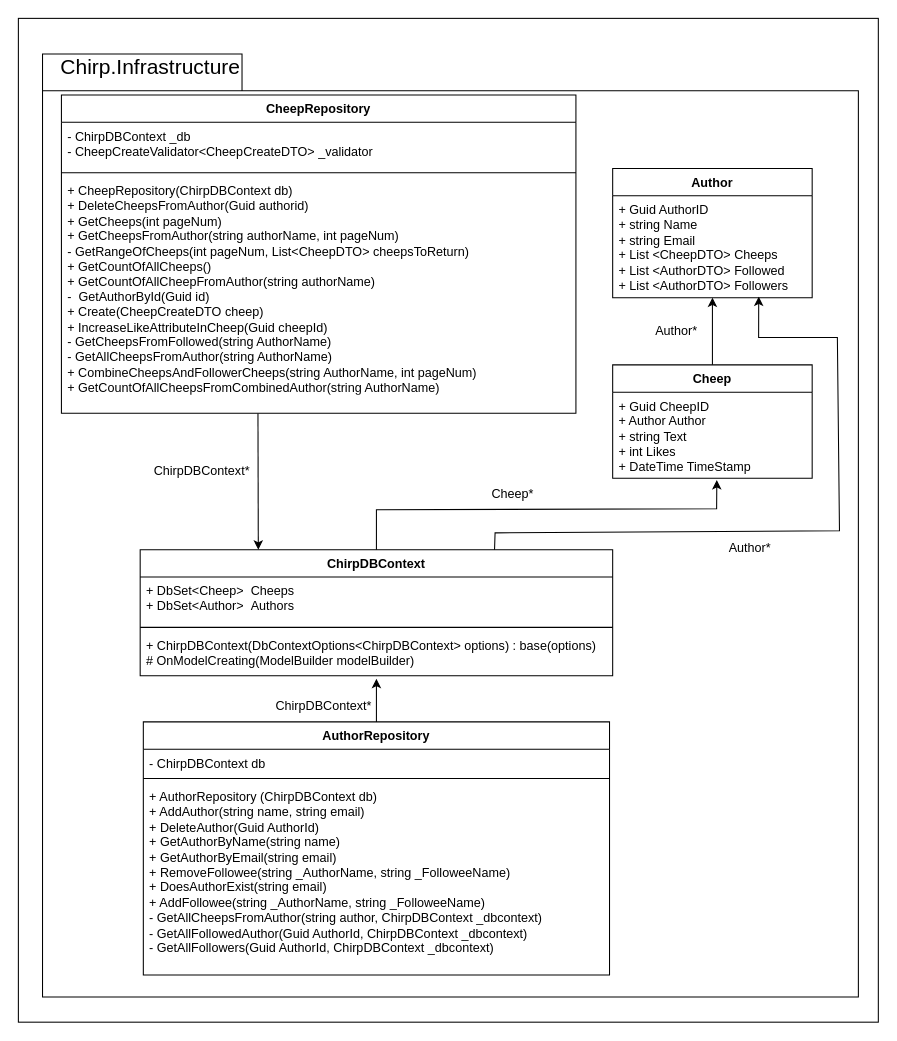
This is Docs/Images/PackagesUMLClassDiagrams/PackageInfrastructureUMLDiagram.drawio from ITU-BDSA23-GROUP4/Chirp, a draw.io file, before an edit. Source tidied: cells renumbered, new cells numbered last; positions are measured from the earlier drawing's top-left corner, leaving out a move shared by most shapes. Both pictures are drawn from the tidied source at 105%, with x=0, y=0 at pixel (18, 18).
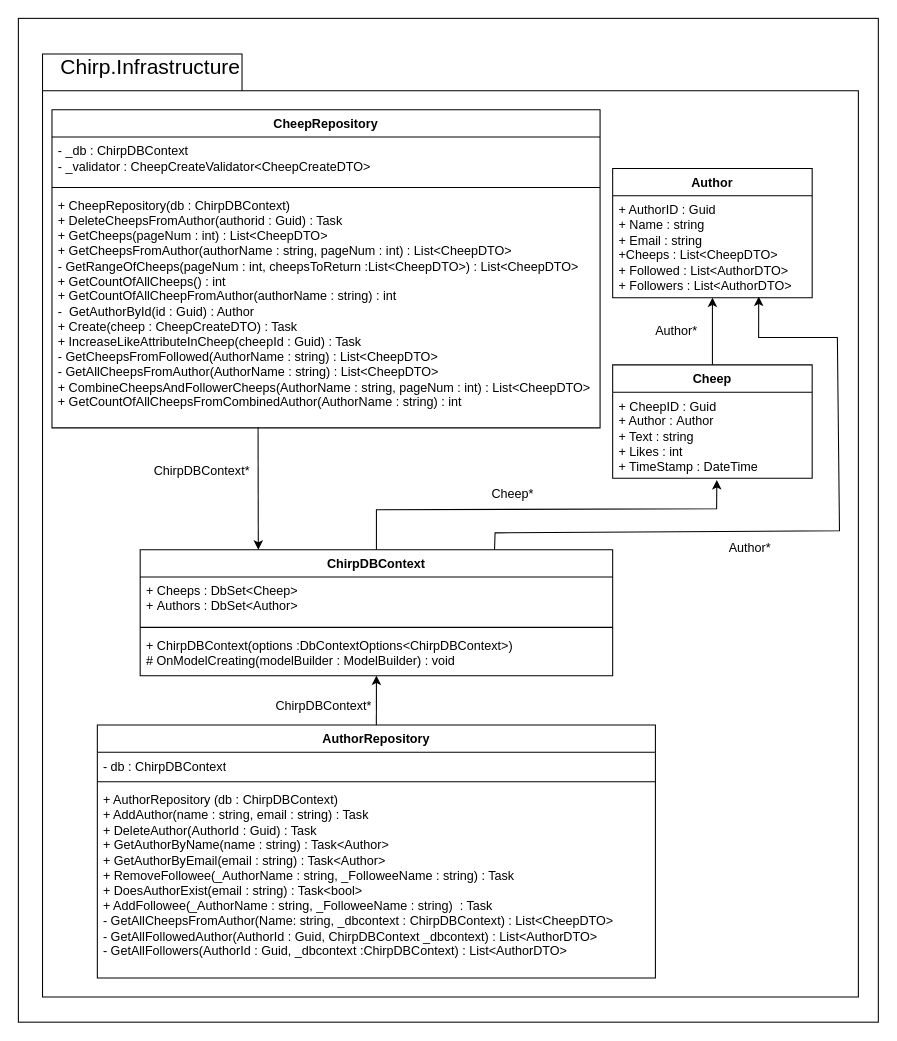
After the change.

Commit message (it also covers changes not shown here):
Corrected notion in Chirp.Infrastructure UML diagram

The change refers to these unchanged cells:
```xml
<mxCell id="4" value="&lt;font color=&quot;#000000&quot;&gt;Author&lt;/font&gt;" style="swimlane;fontStyle=1;align=center;verticalAlign=top;horizontal=1;startSize=26;whiteSpace=wrap;html=1;fillColor=none;strokeColor=#000000;" parent="1" vertex="1">
  <mxGeometry x="566" y="143" width="190" height="123" as="geometry" />
</mxCell>
<mxCell id="7" value="&lt;font color=&quot;#000000&quot;&gt;Cheep&lt;/font&gt;" style="swimlane;fontStyle=1;align=center;verticalAlign=top;horizontal=1;startSize=26;whiteSpace=wrap;html=1;fillColor=none;strokeColor=#000000;" parent="1" vertex="1">
  <mxGeometry x="566" y="330" width="190" height="108" as="geometry" />
</mxCell>
<mxCell id="21" value="&lt;font color=&quot;#000000&quot;&gt;ChirpDBContext&lt;/font&gt;" style="swimlane;fontStyle=1;align=center;verticalAlign=top;horizontal=1;startSize=26;whiteSpace=wrap;html=1;strokeColor=#000000;fillColor=none;" parent="1" vertex="1">
  <mxGeometry x="116" y="506" width="450" height="120" as="geometry" />
</mxCell>
```

Diff of the diagram source:
```diff
@@
-    <mxCell id="5" value="&lt;font color=&quot;#000000&quot;&gt;+ Guid AuthorID&lt;br style=&quot;border-color: var(--border-color);&quot;&gt;+ string Name&lt;br style=&quot;border-color: var(--border-color);&quot;&gt;+ string Email&lt;br style=&quot;border-color: var(--border-color);&quot;&gt;+ List &amp;lt;CheepDTO&amp;gt; Cheeps&lt;br&gt;+ List &amp;lt;AuthorDTO&amp;gt; Followed&lt;br&gt;+ List &amp;lt;AuthorDTO&amp;gt; Followers&lt;br&gt;&lt;/font&gt;" style="text;strokeColor=none;fillColor=none;align=left;verticalAlign=top;spacingLeft=4;spacingRight=4;overflow=hidden;points=[[0,0.5],[1,0.5]];portConstraint=eastwest;whiteSpace=wrap;html=1;" parent="4" vertex="1">
+    <mxCell id="5" value="&lt;font color=&quot;#000000&quot;&gt;+ AuthorID : Guid&lt;br style=&quot;border-color: var(--border-color);&quot;&gt;+ Name : string&lt;br style=&quot;border-color: var(--border-color);&quot;&gt;+ Email : string&lt;br style=&quot;border-color: var(--border-color);&quot;&gt;+&lt;/font&gt;&lt;span style=&quot;color: rgb(0, 0, 0);&quot;&gt;Cheeps :&amp;nbsp;&lt;/span&gt;&lt;font color=&quot;#000000&quot;&gt;List&amp;lt;CheepDTO&amp;gt;&lt;br&gt;+ Followed :&amp;nbsp;&lt;/font&gt;&lt;span style=&quot;color: rgb(0, 0, 0);&quot;&gt;List&amp;lt;AuthorDTO&amp;gt;&lt;/span&gt;&lt;font color=&quot;#000000&quot;&gt;&lt;br&gt;+ Followers :&amp;nbsp;&lt;/font&gt;&lt;span style=&quot;color: rgb(0, 0, 0);&quot;&gt;List&amp;lt;AuthorDTO&amp;gt;&lt;/span&gt;&lt;font color=&quot;#000000&quot;&gt;&lt;br&gt;&lt;/font&gt;" style="text;strokeColor=none;fillColor=none;align=left;verticalAlign=top;spacingLeft=4;spacingRight=4;overflow=hidden;points=[[0,0.5],[1,0.5]];portConstraint=eastwest;whiteSpace=wrap;html=1;" parent="4" vertex="1">
       <mxGeometry y="26" width="190" height="97" as="geometry" />
     </mxCell>
@@
-    <mxCell id="8" value="&lt;font color=&quot;#000000&quot;&gt;+ Guid CheepID&lt;br&gt;+ Author Author&lt;br&gt;+ string Text&lt;br&gt;+ int Likes&lt;br&gt;+ DateTime TimeStamp&lt;/font&gt;" style="text;strokeColor=none;fillColor=none;align=left;verticalAlign=top;spacingLeft=4;spacingRight=4;overflow=hidden;points=[[0,0.5],[1,0.5]];portConstraint=eastwest;whiteSpace=wrap;html=1;" parent="7" vertex="1">
+    <mxCell id="8" value="&lt;font color=&quot;#000000&quot;&gt;+ CheepID :&amp;nbsp;&lt;/font&gt;&lt;span style=&quot;color: rgb(0, 0, 0);&quot;&gt;Guid&lt;/span&gt;&lt;font color=&quot;#000000&quot;&gt;&lt;br&gt;+ Author :&amp;nbsp;&lt;/font&gt;&lt;span style=&quot;color: rgb(0, 0, 0);&quot;&gt;Author&lt;/span&gt;&lt;font color=&quot;#000000&quot;&gt;&lt;br&gt;+ Text : string&lt;/font&gt;&lt;font color=&quot;#000000&quot;&gt;&lt;br&gt;+ Likes : int&lt;br&gt;+ TimeStamp :&amp;nbsp;&lt;/font&gt;&lt;span style=&quot;color: rgb(0, 0, 0);&quot;&gt;DateTime&lt;/span&gt;" style="text;strokeColor=none;fillColor=none;align=left;verticalAlign=top;spacingLeft=4;spacingRight=4;overflow=hidden;points=[[0,0.5],[1,0.5]];portConstraint=eastwest;whiteSpace=wrap;html=1;" parent="7" vertex="1">
       <mxGeometry y="26" width="190" height="82" as="geometry" />
     </mxCell>
-    <mxCell id="9" style="edgeStyle=none;html=1;exitX=0.5;exitY=0;exitDx=0;exitDy=0;entryX=0.5;entryY=1.071;entryDx=0;entryDy=0;entryPerimeter=0;strokeColor=#000000;" parent="1" edge="1" source="10" target="24">
+    <mxCell id="9" style="edgeStyle=none;html=1;exitX=0.5;exitY=0;exitDx=0;exitDy=0;strokeColor=#000000;" parent="1" edge="1" source="10" target="24">
       <mxGeometry relative="1" as="geometry" />
     </mxCell>
     <mxCell id="10" value="&lt;font color=&quot;#000000&quot;&gt;AuthorRepository&lt;/font&gt;" style="swimlane;fontStyle=1;align=center;verticalAlign=top;horizontal=1;startSize=26;whiteSpace=wrap;html=1;strokeColor=#000000;fillColor=none;" parent="1" vertex="1">
-      <mxGeometry x="119" y="670" width="444" height="241" as="geometry" />
+      <mxGeometry x="75.2" y="673" width="531.5" height="241" as="geometry" />
     </mxCell>
-    <mxCell id="11" value="&lt;font color=&quot;#000000&quot;&gt;- ChirpDBContext db&lt;/font&gt;" style="text;strokeColor=none;fillColor=none;align=left;verticalAlign=top;spacingLeft=4;spacingRight=4;overflow=hidden;whiteSpace=wrap;html=1;" parent="10" vertex="1">
-      <mxGeometry y="26" width="444" height="24" as="geometry" />
+    <mxCell id="11" value="&lt;font color=&quot;#000000&quot;&gt;- db : ChirpDBContext&lt;/font&gt;" style="text;strokeColor=none;fillColor=none;align=left;verticalAlign=top;spacingLeft=4;spacingRight=4;overflow=hidden;whiteSpace=wrap;html=1;" parent="10" vertex="1">
+      <mxGeometry y="26" width="531.5" height="24" as="geometry" />
     </mxCell>
     <mxCell id="12" style="line;strokeWidth=1;fillColor=none;align=left;verticalAlign=middle;spacingTop=-1;spacingLeft=3;spacingRight=3;labelPosition=right;strokeColor=inherit;" parent="10" vertex="1">
-      <mxGeometry y="50" width="444" height="8" as="geometry" />
+      <mxGeometry y="50" width="531.5" height="8" as="geometry" />
     </mxCell>
-    <mxCell id="13" value="&lt;font color=&quot;#000000&quot;&gt;+ AuthorRepository (ChirpDBContext db)&lt;br&gt;+ AddAuthor(string name, string email)&lt;br&gt;&lt;/font&gt;&lt;span style=&quot;color: rgb(0, 0, 0);&quot;&gt;+ DeleteAuthor(Guid AuthorId)&lt;/span&gt;&lt;font color=&quot;#000000&quot;&gt;&lt;br&gt;+ GetAuthorByName(string name)&lt;br&gt;+ GetAuthorByEmail(string email)&lt;br&gt;+ RemoveFollowee(string _AuthorName, string _FolloweeName)&lt;br&gt;+ DoesAuthorExist(string email)&lt;br&gt;+ AddFollowee(string _AuthorName, string _FolloweeName)&lt;br&gt;- GetAllCheepsFromAuthor(string author, ChirpDBContext _dbcontext)&lt;br&gt;- GetAllFollowedAuthor(Guid AuthorId, ChirpDBContext _dbcontext)&lt;br&gt;- GetAllFollowers(Guid AuthorId, ChirpDBContext _dbcontext)&lt;br&gt;&lt;/font&gt;" style="text;strokeColor=none;fillColor=none;align=left;verticalAlign=top;spacingLeft=4;spacingRight=4;overflow=hidden;whiteSpace=wrap;html=1;" parent="10" vertex="1">
-      <mxGeometry y="58" width="444" height="183" as="geometry" />
+    <mxCell id="13" value="&lt;font color=&quot;#000000&quot;&gt;+ AuthorRepository (db : ChirpDBContext)&lt;br&gt;+ AddAuthor(name : string, email : string) : Task&lt;br&gt;&lt;/font&gt;&lt;span style=&quot;color: rgb(0, 0, 0);&quot;&gt;+ DeleteAuthor(AuthorId : Guid) : Task&lt;/span&gt;&lt;font color=&quot;#000000&quot;&gt;&lt;br&gt;+ GetAuthorByName(name : string) : Task&amp;lt;Author&amp;gt;&lt;br&gt;+ GetAuthorByEmail(email : string) : Task&amp;lt;Author&amp;gt;&lt;br&gt;+ RemoveFollowee(_AuthorName : string, _FolloweeName : string) : Task&lt;br&gt;+ DoesAuthorExist(email : string) : Task&amp;lt;bool&amp;gt;&lt;br&gt;+ AddFollowee(_AuthorName : string, _FolloweeName : string)&amp;nbsp; : Task&lt;br&gt;- GetAllCheepsFromAuthor(Name: string, _dbcontext : ChirpDBContext) : List&amp;lt;CheepDTO&amp;gt;&lt;br&gt;- GetAllFollowedAuthor(AuthorId : Guid, ChirpDBContext _dbcontext) : List&amp;lt;AuthorDTO&amp;gt;&lt;br&gt;- GetAllFollowers(AuthorId : Guid, _dbcontext :&lt;/font&gt;&lt;span style=&quot;color: rgb(0, 0, 0);&quot;&gt;ChirpDBContext&lt;/span&gt;&lt;font color=&quot;#000000&quot;&gt;) : List&amp;lt;AuthorDTO&amp;gt;&lt;br&gt;&lt;/font&gt;" style="text;strokeColor=none;fillColor=none;align=left;verticalAlign=top;spacingLeft=4;spacingRight=4;overflow=hidden;whiteSpace=wrap;html=1;" parent="10" vertex="1">
+      <mxGeometry y="58" width="531.5" height="183" as="geometry" />
     </mxCell>
-    <mxCell id="14" style="edgeStyle=none;html=1;entryX=0.25;entryY=0;entryDx=0;entryDy=0;strokeColor=#000000;exitX=0.382;exitY=1.001;exitDx=0;exitDy=0;exitPerimeter=0;" parent="1" edge="1" source="18" target="21">
+    <mxCell id="14" style="edgeStyle=none;html=1;entryX=0.25;entryY=0;entryDx=0;entryDy=0;strokeColor=#000000;exitX=0.376;exitY=0.998;exitDx=0;exitDy=0;exitPerimeter=0;" parent="1" edge="1" source="18" target="21">
       <mxGeometry relative="1" as="geometry" />
     </mxCell>
     <mxCell id="15" value="&lt;font color=&quot;#000000&quot;&gt;CheepRepository&lt;/font&gt;" style="swimlane;fontStyle=1;align=center;verticalAlign=top;horizontal=1;startSize=26;whiteSpace=wrap;html=1;strokeColor=#000000;fillColor=none;" parent="1" vertex="1">
-      <mxGeometry x="41" y="73" width="490" height="303" as="geometry" />
+      <mxGeometry x="32" y="87" width="522" height="303" as="geometry" />
     </mxCell>
-    <mxCell id="16" value="&lt;font color=&quot;#000000&quot;&gt;- ChirpDBContext _db&lt;br&gt;- CheepCreateValidator&amp;lt;&lt;font style=&quot;font-size: 12px;&quot;&gt;CheepCreateDTO&amp;gt; _validator&lt;/font&gt;&lt;span style=&quot;font-family: Consolas, &amp;quot;Courier New&amp;quot;, monospace; font-size: 14px;&quot;&gt;&amp;nbsp;&lt;/span&gt;&lt;/font&gt;" style="text;strokeColor=none;fillColor=none;align=left;verticalAlign=top;spacingLeft=4;spacingRight=4;overflow=hidden;whiteSpace=wrap;html=1;" parent="15" vertex="1">
-      <mxGeometry y="26" width="490" height="44" as="geometry" />
+    <mxCell id="16" value="&lt;font color=&quot;#000000&quot;&gt;- _db : ChirpDBContext&lt;br&gt;- _validator : CheepCreateValidator&amp;lt;&lt;font style=&quot;font-size: 12px;&quot;&gt;CheepCreateDTO&amp;gt;&lt;/font&gt;&lt;span style=&quot;font-family: Consolas, &amp;quot;Courier New&amp;quot;, monospace; font-size: 14px;&quot;&gt;&amp;nbsp;&lt;/span&gt;&lt;/font&gt;" style="text;strokeColor=none;fillColor=none;align=left;verticalAlign=top;spacingLeft=4;spacingRight=4;overflow=hidden;whiteSpace=wrap;html=1;" parent="15" vertex="1">
+      <mxGeometry y="26" width="522" height="44" as="geometry" />
     </mxCell>
     <mxCell id="17" style="line;strokeWidth=1;fillColor=none;align=left;verticalAlign=middle;spacingTop=-1;spacingLeft=3;spacingRight=3;labelPosition=right;strokeColor=inherit;" parent="15" vertex="1">
-      <mxGeometry y="70" width="490" height="8" as="geometry" />
+      <mxGeometry y="70" width="522" height="8" as="geometry" />
     </mxCell>
-    <mxCell id="18" value="&lt;font color=&quot;#000000&quot;&gt;&lt;font style=&quot;font-size: 12px;&quot;&gt;+&amp;nbsp;CheepRepository(ChirpDBContext db)&lt;/font&gt;&lt;br&gt;+ DeleteCheepsFromAuthor(Guid authorid)&lt;br&gt;+ GetCheeps(int pageNum)&lt;br&gt;+ GetCheepsFromAuthor(string authorName, int pageNum)&lt;br&gt;- GetRangeOfCheeps(int pageNum, List&amp;lt;CheepDTO&amp;gt; cheepsToReturn)&lt;br&gt;+ GetCountOfAllCheeps()&lt;br&gt;+ GetCountOfAllCheepFromAuthor(string authorName)&lt;br&gt;-&amp;nbsp; GetAuthorById(Guid id)&lt;br&gt;+ Create(CheepCreateDTO cheep)&lt;br&gt;+ IncreaseLikeAttributeInCheep(Guid cheepId)&lt;br&gt;- GetCheepsFromFollowed(string AuthorName)&lt;br&gt;- GetAllCheepsFromAuthor(string AuthorName)&lt;br&gt;+ CombineCheepsAndFollowerCheeps(string AuthorName, int pageNum)&lt;br&gt;+ GetCountOfAllCheepsFromCombinedAuthor(string AuthorName)&lt;br&gt;&lt;/font&gt;" style="text;strokeColor=none;fillColor=none;align=left;verticalAlign=top;spacingLeft=4;spacingRight=4;overflow=hidden;points=[[0,0.5],[1,0.5]];portConstraint=eastwest;whiteSpace=wrap;html=1;" parent="15" vertex="1">
-      <mxGeometry y="78" width="490" height="225" as="geometry" />
+    <mxCell id="18" value="&lt;font color=&quot;#000000&quot;&gt;&lt;font style=&quot;font-size: 12px;&quot;&gt;+&amp;nbsp;CheepRepository(db : ChirpDBContext)&lt;/font&gt;&lt;br&gt;+ DeleteCheepsFromAuthor(authorid : Guid) : Task&lt;br&gt;+ GetCheeps(pageNum : int) : List&amp;lt;CheepDTO&amp;gt;&lt;br&gt;+ GetCheepsFromAuthor(authorName : string, pageNum : int) : List&amp;lt;CheepDTO&amp;gt;&lt;br&gt;- GetRangeOfCheeps(pageNum : int, cheepsToReturn :&lt;/font&gt;&lt;span style=&quot;color: rgb(0, 0, 0);&quot;&gt;List&amp;lt;CheepDTO&amp;gt;&lt;/span&gt;&lt;font color=&quot;#000000&quot;&gt;) : List&amp;lt;CheepDTO&amp;gt;&lt;br&gt;+ GetCountOfAllCheeps() : int&lt;br&gt;+ GetCountOfAllCheepFromAuthor(authorName : string) : int&lt;br&gt;-&amp;nbsp; GetAuthorById(id : Guid) : Author&lt;br&gt;+ Create(cheep : CheepCreateDTO) : Task&lt;br&gt;+ IncreaseLikeAttributeInCheep(cheepId : Guid) : Task&lt;br&gt;- GetCheepsFromFollowed(AuthorName : string) : List&amp;lt;CheepDTO&amp;gt;&lt;br&gt;- GetAllCheepsFromAuthor(AuthorName : string) : List&amp;lt;CheepDTO&amp;gt;&lt;br&gt;+ CombineCheepsAndFollowerCheeps(AuthorName : string, pageNum : int) : List&amp;lt;CheepDTO&amp;gt;&lt;br&gt;+ GetCountOfAllCheepsFromCombinedAuthor(AuthorName : string) : int&lt;br&gt;&lt;/font&gt;" style="text;strokeColor=none;fillColor=none;align=left;verticalAlign=top;spacingLeft=4;spacingRight=4;overflow=hidden;points=[[0,0.5],[1,0.5]];portConstraint=eastwest;whiteSpace=wrap;html=1;" parent="15" vertex="1">
+      <mxGeometry y="78" width="522" height="225" as="geometry" />
     </mxCell>
@@
-    <mxCell id="22" value="&lt;font color=&quot;#000000&quot;&gt;+&amp;nbsp;&lt;/font&gt;&lt;span style=&quot;color: rgb(0, 0, 0);&quot;&gt;DbSet&amp;lt;Cheep&amp;gt;&amp;nbsp;&amp;nbsp;&lt;/span&gt;&lt;font color=&quot;#000000&quot;&gt;Cheeps&lt;br&gt;+&amp;nbsp;&lt;/font&gt;&lt;span style=&quot;color: rgb(0, 0, 0);&quot;&gt;DbSet&amp;lt;Author&amp;gt;&amp;nbsp;&amp;nbsp;&lt;/span&gt;&lt;font color=&quot;#000000&quot;&gt;Authors&lt;/font&gt;" style="text;strokeColor=none;fillColor=none;align=left;verticalAlign=top;spacingLeft=4;spacingRight=4;overflow=hidden;whiteSpace=wrap;html=1;" parent="21" vertex="1">
+    <mxCell id="22" value="&lt;font color=&quot;#000000&quot;&gt;+&amp;nbsp;&lt;/font&gt;&lt;font color=&quot;#000000&quot;&gt;Cheeps :&amp;nbsp;&lt;/font&gt;&lt;span style=&quot;color: rgb(0, 0, 0);&quot;&gt;DbSet&amp;lt;Cheep&amp;gt;&lt;/span&gt;&lt;font color=&quot;#000000&quot;&gt;&lt;br&gt;+&amp;nbsp;&lt;/font&gt;&lt;font color=&quot;#000000&quot;&gt;Authors :&amp;nbsp;&lt;/font&gt;&lt;span style=&quot;color: rgb(0, 0, 0);&quot;&gt;DbSet&amp;lt;Author&amp;gt;&lt;/span&gt;" style="text;strokeColor=none;fillColor=none;align=left;verticalAlign=top;spacingLeft=4;spacingRight=4;overflow=hidden;whiteSpace=wrap;html=1;" parent="21" vertex="1">
       <mxGeometry y="26" width="450" height="44" as="geometry" />
     </mxCell>
@@
-    <mxCell id="24" value="&lt;font color=&quot;#000000&quot;&gt;+ ChirpDBContext(DbContextOptions&amp;lt;ChirpDBContext&amp;gt; options) : base(options)&lt;br&gt;# OnModelCreating(ModelBuilder modelBuilder)&lt;/font&gt;" style="text;strokeColor=none;fillColor=none;align=left;verticalAlign=top;spacingLeft=4;spacingRight=4;overflow=hidden;points=[[0,0.5],[1,0.5]];portConstraint=eastwest;whiteSpace=wrap;html=1;" parent="21" vertex="1">
+    <mxCell id="24" value="&lt;font color=&quot;#000000&quot;&gt;+ ChirpDBContext(options :&lt;/font&gt;&lt;span style=&quot;color: rgb(0, 0, 0);&quot;&gt;DbContextOptions&amp;lt;ChirpDBContext&amp;gt;&lt;/span&gt;&lt;font color=&quot;#000000&quot;&gt;)&lt;br&gt;# OnModelCreating(&lt;/font&gt;&lt;span style=&quot;color: rgb(0, 0, 0);&quot;&gt;modelBuilder :&amp;nbsp;&lt;/span&gt;&lt;font color=&quot;#000000&quot;&gt;ModelBuilder) : void&lt;/font&gt;" style="text;strokeColor=none;fillColor=none;align=left;verticalAlign=top;spacingLeft=4;spacingRight=4;overflow=hidden;points=[[0,0.5],[1,0.5]];portConstraint=eastwest;whiteSpace=wrap;html=1;" parent="21" vertex="1">
       <mxGeometry y="78" width="450" height="42" as="geometry" />
     </mxCell>
```
